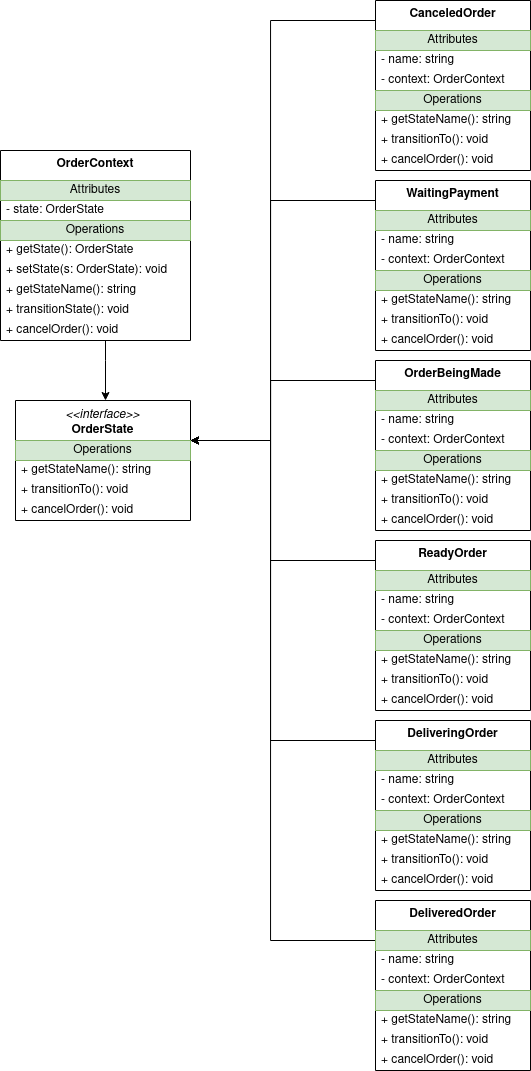
Above: docs/State-pattern/state-pattern.drawio.png in doramrx/ElMariachi (draw.io), before the change. Source tidied: cells renumbered, new cells last; positions are measured from the earlier drawing's top-left corner, leaving out a move shared by most shapes.
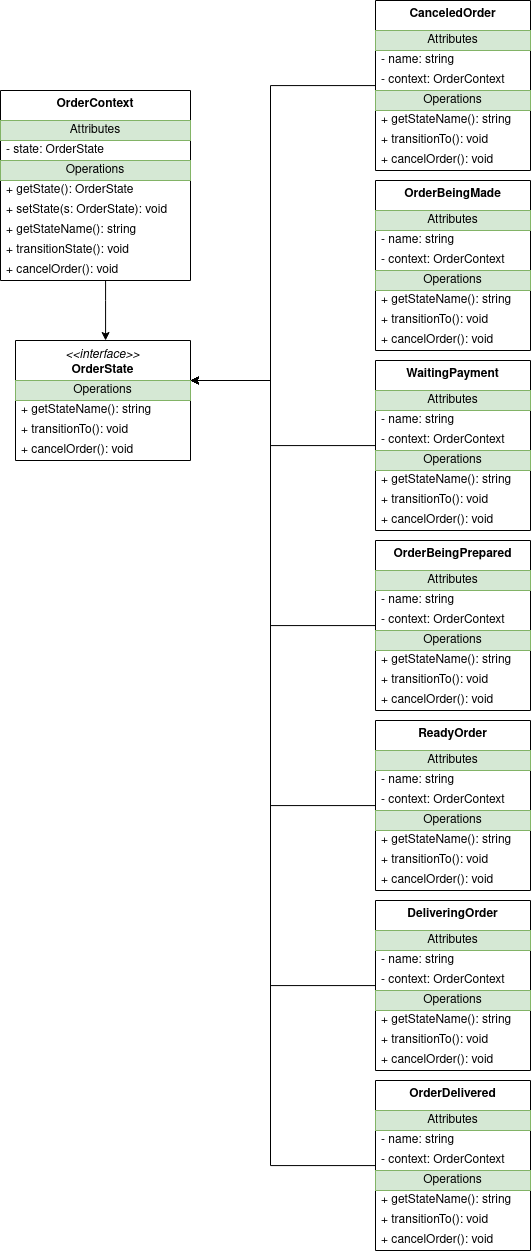
After the commit.

Change to the diagram source:
```diff
@@ -3,7 +3,7 @@
     <mxCell id="0" />
     <mxCell id="1" parent="0" />
     <mxCell id="2" value="&lt;i&gt;&amp;lt;&amp;lt;interface&amp;gt;&amp;gt;&lt;/i&gt;&lt;br&gt;&lt;b&gt;OrderState&lt;/b&gt;" style="swimlane;fontStyle=0;align=center;verticalAlign=top;horizontal=1;startSize=40;html=1;whiteSpace=wrap;" parent="1" vertex="1">
-      <mxGeometry x="15" y="400" width="175" height="120" as="geometry" />
+      <mxGeometry x="15" y="160" width="175" height="120" as="geometry" />
     </mxCell>
     <mxCell id="3" value="&lt;div&gt;Operations&lt;/div&gt;" style="text;html=1;strokeColor=#82b366;fillColor=#d5e8d4;align=center;verticalAlign=middle;spacingLeft=4;spacingRight=4;overflow=hidden;whiteSpace=wrap;" parent="2" vertex="1">
       <mxGeometry y="40" width="175" height="20" as="geometry" />
@@ -20,13 +20,13 @@
     <mxCell id="7" style="edgeStyle=orthogonalEdgeStyle;rounded=0;jettySize=auto;html=1;" parent="1" edge="1" source="8" target="2">
       <mxGeometry relative="1" as="geometry">
         <Array as="points">
-          <mxPoint x="105" y="360" />
-          <mxPoint x="105" y="360" />
+          <mxPoint x="105" y="120" />
+          <mxPoint x="105" y="120" />
         </Array>
       </mxGeometry>
     </mxCell>
     <mxCell id="8" value="&lt;b&gt;OrderContext&lt;/b&gt;" style="swimlane;fontStyle=0;align=center;verticalAlign=top;horizontal=1;startSize=30;html=1;whiteSpace=wrap;" parent="1" vertex="1">
-      <mxGeometry y="150" width="190" height="190" as="geometry" />
+      <mxGeometry y="-90" width="190" height="190" as="geometry" />
     </mxCell>
     <mxCell id="9" value="Attributes" style="text;html=1;strokeColor=#82b366;fillColor=#d5e8d4;align=center;verticalAlign=middle;spacingLeft=4;spacingRight=4;overflow=hidden;whiteSpace=wrap;" parent="8" vertex="1">
       <mxGeometry y="30" width="190" height="20" as="geometry" />
@@ -55,8 +55,8 @@
     <mxCell id="17" style="edgeStyle=orthogonalEdgeStyle;rounded=0;jettySize=auto;html=1;" parent="1" edge="1" source="18" target="2">
       <mxGeometry relative="1" as="geometry">
         <Array as="points">
+          <mxPoint x="270" y="265" />
           <mxPoint x="270" y="200" />
-          <mxPoint x="270" y="440" />
         </Array>
       </mxGeometry>
     </mxCell>
@@ -87,13 +87,13 @@
     <mxCell id="26" style="edgeStyle=orthogonalEdgeStyle;rounded=0;jettySize=auto;html=1;" parent="1" edge="1" source="27" target="2">
       <mxGeometry relative="1" as="geometry">
         <Array as="points">
-          <mxPoint x="270" y="20" />
-          <mxPoint x="270" y="440" />
+          <mxPoint x="270" y="-95" />
+          <mxPoint x="270" y="200" />
         </Array>
       </mxGeometry>
     </mxCell>
     <mxCell id="27" value="&lt;b&gt;CanceledOrder&lt;/b&gt;" style="swimlane;fontStyle=0;align=center;verticalAlign=top;horizontal=1;startSize=30;html=1;whiteSpace=wrap;" parent="1" vertex="1">
-      <mxGeometry x="375" width="155" height="170" as="geometry" />
+      <mxGeometry x="375" y="-180" width="155" height="170" as="geometry" />
     </mxCell>
     <mxCell id="28" value="Attributes" style="text;html=1;strokeColor=#82b366;fillColor=#d5e8d4;align=center;verticalAlign=middle;spacingLeft=4;spacingRight=4;overflow=hidden;whiteSpace=wrap;" parent="27" vertex="1">
       <mxGeometry y="30" width="155" height="20" as="geometry" />
@@ -119,12 +119,12 @@
     <mxCell id="35" style="edgeStyle=orthogonalEdgeStyle;rounded=0;jettySize=auto;html=1;" parent="1" edge="1" source="36" target="2">
       <mxGeometry relative="1" as="geometry">
         <Array as="points">
-          <mxPoint x="270" y="380" />
-          <mxPoint x="270" y="440" />
+          <mxPoint x="270" y="445" />
+          <mxPoint x="270" y="200" />
         </Array>
       </mxGeometry>
     </mxCell>
-    <mxCell id="36" value="&lt;b&gt;OrderBeingMade&lt;/b&gt;" style="swimlane;fontStyle=0;align=center;verticalAlign=top;horizontal=1;startSize=30;html=1;whiteSpace=wrap;" parent="1" vertex="1">
+    <mxCell id="36" value="&lt;b&gt;OrderBeingPrepared&lt;/b&gt;" style="swimlane;fontStyle=0;align=center;verticalAlign=top;horizontal=1;startSize=30;html=1;whiteSpace=wrap;" parent="1" vertex="1">
       <mxGeometry x="375" y="360" width="155" height="170" as="geometry" />
     </mxCell>
     <mxCell id="37" value="Attributes" style="text;html=1;strokeColor=#82b366;fillColor=#d5e8d4;align=center;verticalAlign=middle;spacingLeft=4;spacingRight=4;overflow=hidden;whiteSpace=wrap;" parent="36" vertex="1">
@@ -151,8 +151,8 @@
     <mxCell id="44" style="edgeStyle=orthogonalEdgeStyle;rounded=0;jettySize=auto;html=1;" parent="1" edge="1" source="45" target="2">
       <mxGeometry relative="1" as="geometry">
         <Array as="points">
-          <mxPoint x="270" y="560" />
-          <mxPoint x="270" y="440" />
+          <mxPoint x="270" y="625" />
+          <mxPoint x="270" y="200" />
         </Array>
       </mxGeometry>
     </mxCell>
@@ -183,8 +183,8 @@
     <mxCell id="53" style="edgeStyle=orthogonalEdgeStyle;rounded=0;jettySize=auto;html=1;" parent="1" edge="1" source="54" target="2">
       <mxGeometry relative="1" as="geometry">
         <Array as="points">
-          <mxPoint x="270" y="740" />
-          <mxPoint x="270" y="440" />
+          <mxPoint x="270" y="805" />
+          <mxPoint x="270" y="200" />
         </Array>
       </mxGeometry>
     </mxCell>
@@ -215,12 +215,12 @@
     <mxCell id="62" style="edgeStyle=orthogonalEdgeStyle;rounded=0;jettySize=auto;html=1;" parent="1" edge="1" source="63" target="2">
       <mxGeometry relative="1" as="geometry">
         <Array as="points">
-          <mxPoint x="270" y="940" />
-          <mxPoint x="270" y="440" />
+          <mxPoint x="270" y="985" />
+          <mxPoint x="270" y="200" />
         </Array>
       </mxGeometry>
     </mxCell>
-    <mxCell id="63" value="&lt;b&gt;DeliveredOrder&lt;/b&gt;" style="swimlane;fontStyle=0;align=center;verticalAlign=top;horizontal=1;startSize=30;html=1;whiteSpace=wrap;" parent="1" vertex="1">
+    <mxCell id="63" value="&lt;b&gt;OrderDelivered&lt;/b&gt;" style="swimlane;fontStyle=0;align=center;verticalAlign=top;horizontal=1;startSize=30;html=1;whiteSpace=wrap;" parent="1" vertex="1">
       <mxGeometry x="375" y="900" width="155" height="170" as="geometry" />
     </mxCell>
     <mxCell id="64" value="Attributes" style="text;html=1;strokeColor=#82b366;fillColor=#d5e8d4;align=center;verticalAlign=middle;spacingLeft=4;spacingRight=4;overflow=hidden;whiteSpace=wrap;" parent="63" vertex="1">
@@ -244,5 +244,29 @@
     <mxCell id="70" value="+ cancelOrder(): void" style="text;html=1;strokeColor=none;fillColor=none;align=left;verticalAlign=middle;spacingLeft=4;spacingRight=4;overflow=hidden;whiteSpace=wrap;" parent="63" vertex="1">
       <mxGeometry y="150" width="155" height="20" as="geometry" />
     </mxCell>
+    <mxCell id="71" value="&lt;b&gt;OrderBeingMade&lt;/b&gt;" style="swimlane;fontStyle=0;align=center;verticalAlign=top;horizontal=1;startSize=30;html=1;whiteSpace=wrap;" parent="1" vertex="1">
+      <mxGeometry x="375" width="155" height="170" as="geometry" />
+    </mxCell>
+    <mxCell id="72" value="Attributes" style="text;html=1;strokeColor=#82b366;fillColor=#d5e8d4;align=center;verticalAlign=middle;spacingLeft=4;spacingRight=4;overflow=hidden;whiteSpace=wrap;" parent="71" vertex="1">
+      <mxGeometry y="30" width="155" height="20" as="geometry" />
+    </mxCell>
+    <mxCell id="73" value="- name: string" style="text;html=1;strokeColor=none;fillColor=none;align=left;verticalAlign=middle;spacingLeft=4;spacingRight=4;overflow=hidden;whiteSpace=wrap;" parent="71" vertex="1">
+      <mxGeometry y="50" width="155" height="20" as="geometry" />
+    </mxCell>
+    <mxCell id="74" value="- context: OrderContext" style="text;html=1;strokeColor=none;fillColor=none;align=left;verticalAlign=middle;spacingLeft=4;spacingRight=4;overflow=hidden;whiteSpace=wrap;" parent="71" vertex="1">
+      <mxGeometry y="70" width="155" height="20" as="geometry" />
+    </mxCell>
+    <mxCell id="75" value="&lt;div&gt;Operations&lt;/div&gt;" style="text;html=1;strokeColor=#82b366;fillColor=#d5e8d4;align=center;verticalAlign=middle;spacingLeft=4;spacingRight=4;overflow=hidden;whiteSpace=wrap;" parent="71" vertex="1">
+      <mxGeometry y="90" width="155" height="20" as="geometry" />
+    </mxCell>
+    <mxCell id="76" value="+ getStateName(): string" style="text;html=1;strokeColor=none;fillColor=none;align=left;verticalAlign=middle;spacingLeft=4;spacingRight=4;overflow=hidden;whiteSpace=wrap;" parent="71" vertex="1">
+      <mxGeometry y="110" width="155" height="20" as="geometry" />
+    </mxCell>
+    <mxCell id="77" value="+ transitionTo(): void" style="text;html=1;strokeColor=none;fillColor=none;align=left;verticalAlign=middle;spacingLeft=4;spacingRight=4;overflow=hidden;whiteSpace=wrap;" parent="71" vertex="1">
+      <mxGeometry y="130" width="155" height="20" as="geometry" />
+    </mxCell>
+    <mxCell id="78" value="+ cancelOrder(): void" style="text;html=1;strokeColor=none;fillColor=none;align=left;verticalAlign=middle;spacingLeft=4;spacingRight=4;overflow=hidden;whiteSpace=wrap;" parent="71" vertex="1">
+      <mxGeometry y="150" width="155" height="20" as="geometry" />
+    </mxCell>
   </root>
 </mxGraphModel>
```
